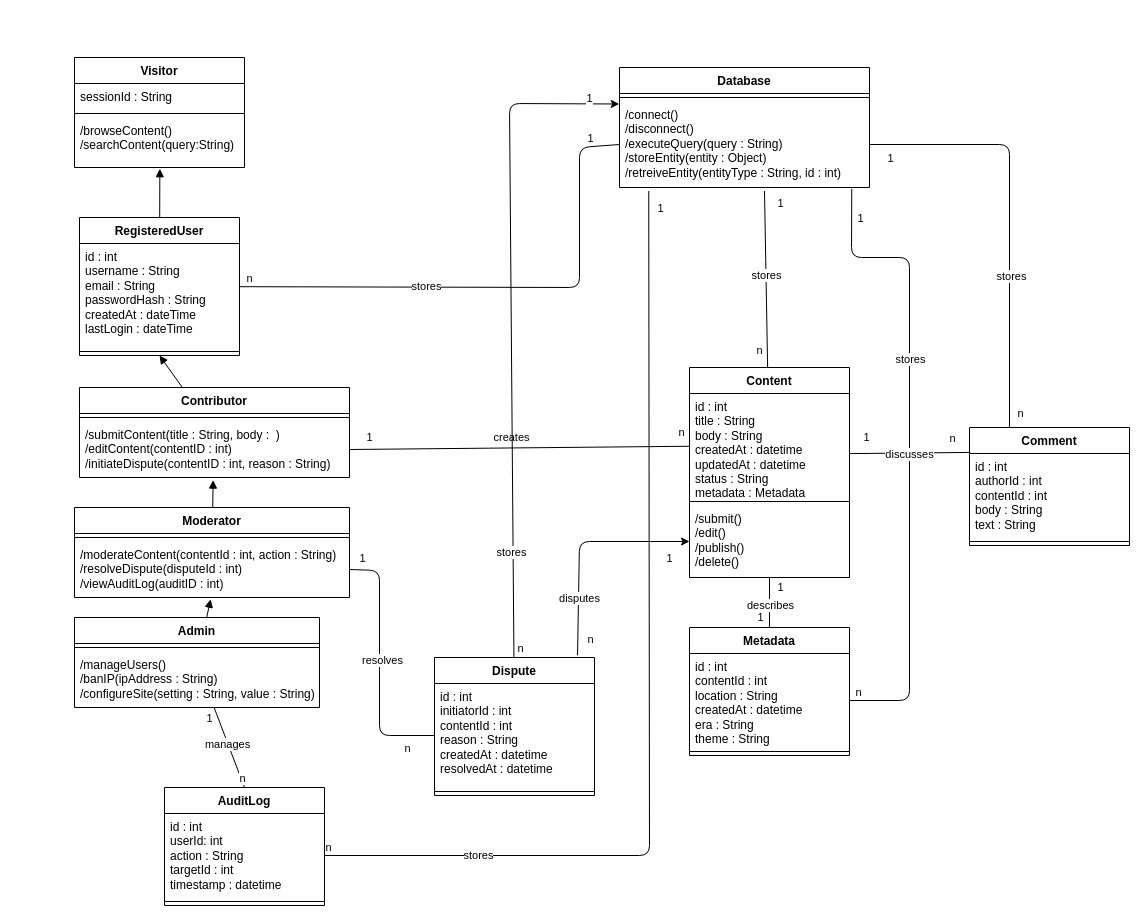
The draw.io diagram Requirements/use_case_diagrams/umlClasses.drawio in Fre-Ar/SE1, before the edit. Source tidied: cells renumbered, new cells numbered last; positions are measured from the earlier drawing's top-left corner, leaving out a move shared by most shapes. Both pictures are drawn from the tidied source at 100%, with x=0, y=0 at pixel (74, 57).
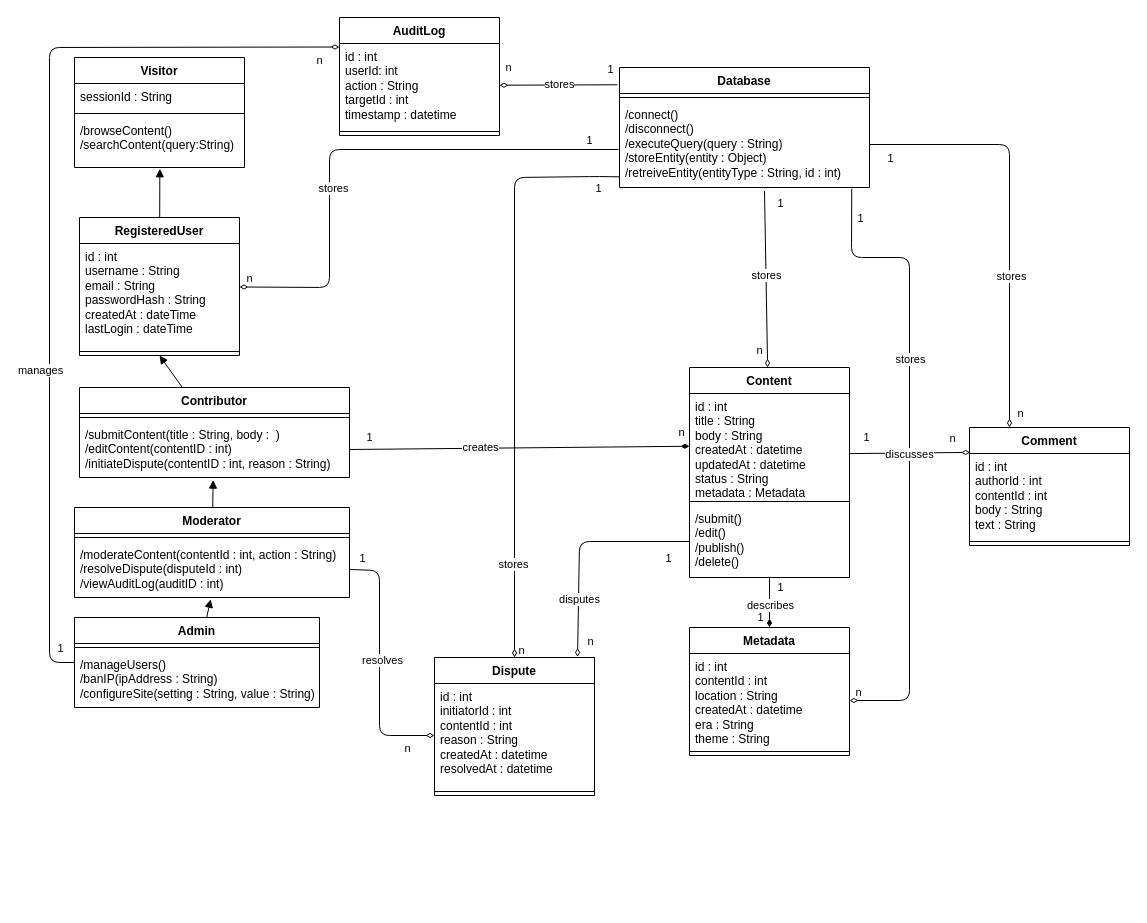
Above is the later version.

Commit message:
updated relation in class UML

Unchanged cells that the change refers to:
```xml
<mxCell id="9" value="/submitContent(title : String, body :&amp;nbsp; )&lt;div&gt;/editContent(contentID : int)&lt;/div&gt;&lt;div&gt;/initiateDispute(contentID : int, reason : String)&lt;/div&gt;" style="text;strokeColor=none;fillColor=none;align=left;verticalAlign=top;spacingLeft=4;spacingRight=4;overflow=hidden;points=[[0,0.5],[1,0.5]];portConstraint=eastwest;whiteSpace=wrap;html=1;" parent="7" vertex="1">
  <mxGeometry y="34" width="270" height="56" as="geometry" />
</mxCell>
<mxCell id="12" value="/moderateContent(contentId : int, action : String)&lt;div&gt;/resolveDispute(disputeId : int)&lt;/div&gt;&lt;div&gt;/viewAuditLog(auditID : int)&lt;/div&gt;" style="text;strokeColor=none;fillColor=none;align=left;verticalAlign=top;spacingLeft=4;spacingRight=4;overflow=hidden;points=[[0,0.5],[1,0.5]];portConstraint=eastwest;whiteSpace=wrap;html=1;" parent="10" vertex="1">
  <mxGeometry y="34" width="275" height="56" as="geometry" />
</mxCell>
<mxCell id="17" value="&lt;div&gt;Admin&lt;/div&gt;" style="swimlane;fontStyle=1;align=center;verticalAlign=top;horizontal=1;startSize=26;whiteSpace=wrap;html=1;" parent="1" vertex="1">
  <mxGeometry y="560" width="245" height="90" as="geometry" />
</mxCell>
<mxCell id="22" value="Database" style="swimlane;fontStyle=1;align=center;verticalAlign=top;horizontal=1;startSize=26;whiteSpace=wrap;html=1;" parent="1" vertex="1">
  <mxGeometry x="545" y="10" width="250" height="120" as="geometry" />
</mxCell>
<mxCell id="24" value="/connect()&lt;div&gt;/disconnect()&lt;/div&gt;&lt;div&gt;/executeQuery(query : String)&lt;/div&gt;&lt;div&gt;/storeEntity(entity : Object)&lt;/div&gt;&lt;div&gt;/retreiveEntity(entityType : String, id : int)&lt;/div&gt;" style="text;strokeColor=none;fillColor=none;align=left;verticalAlign=top;spacingLeft=4;spacingRight=4;overflow=hidden;points=[[0,0.5],[1,0.5]];portConstraint=eastwest;whiteSpace=wrap;html=1;" parent="22" vertex="1">
  <mxGeometry y="34" width="250" height="86" as="geometry" />
</mxCell>
<mxCell id="29" value="RegisteredUser" style="swimlane;fontStyle=1;align=center;verticalAlign=top;horizontal=1;startSize=26;whiteSpace=wrap;html=1;" parent="1" vertex="1">
  <mxGeometry x="5" y="160" width="160" height="138" as="geometry" />
</mxCell>
<mxCell id="33" value="id : int&lt;div&gt;userId: int&lt;/div&gt;&lt;div&gt;action : String&lt;/div&gt;&lt;div&gt;targetId : int&lt;/div&gt;&lt;div&gt;timestamp : datetime&lt;/div&gt;" style="text;strokeColor=none;fillColor=none;align=left;verticalAlign=top;spacingLeft=4;spacingRight=4;overflow=hidden;points=[[0,0.5],[1,0.5]];portConstraint=eastwest;whiteSpace=wrap;html=1;" parent="32" vertex="1">
  <mxGeometry y="26" width="160" height="84" as="geometry" />
</mxCell>
<mxCell id="44" value="Content" style="swimlane;fontStyle=1;align=center;verticalAlign=top;horizontal=1;startSize=26;whiteSpace=wrap;html=1;" parent="1" vertex="1">
  <mxGeometry x="615" y="310" width="160" height="210" as="geometry" />
</mxCell>
<mxCell id="45" value="id : int&lt;div&gt;title : String&lt;/div&gt;&lt;div&gt;body : String&lt;/div&gt;&lt;div&gt;createdAt : datetime&lt;/div&gt;&lt;div&gt;updatedAt : datetime&lt;/div&gt;&lt;div&gt;status : String&lt;/div&gt;&lt;div&gt;metadata : Metadata&lt;/div&gt;" style="text;strokeColor=none;fillColor=none;align=left;verticalAlign=top;spacingLeft=4;spacingRight=4;overflow=hidden;points=[[0,0.5],[1,0.5]];portConstraint=eastwest;whiteSpace=wrap;html=1;" parent="44" vertex="1">
  <mxGeometry y="26" width="160" height="104" as="geometry" />
</mxCell>
<mxCell id="47" value="/submit()&lt;div&gt;/edit()&lt;/div&gt;&lt;div&gt;/publish()&lt;/div&gt;&lt;div&gt;/delete()&lt;/div&gt;" style="text;strokeColor=none;fillColor=none;align=left;verticalAlign=top;spacingLeft=4;spacingRight=4;overflow=hidden;points=[[0,0.5],[1,0.5]];portConstraint=eastwest;whiteSpace=wrap;html=1;" parent="44" vertex="1">
  <mxGeometry y="138" width="160" height="72" as="geometry" />
</mxCell>
<mxCell id="56" value="Metadata" style="swimlane;fontStyle=1;align=center;verticalAlign=top;horizontal=1;startSize=26;whiteSpace=wrap;html=1;" parent="1" vertex="1">
  <mxGeometry x="615" y="570" width="160" height="128" as="geometry" />
</mxCell>
<mxCell id="57" value="id : int&lt;div&gt;contentId : int&lt;/div&gt;&lt;div&gt;location : String&lt;/div&gt;&lt;div&gt;createdAt : datetime&lt;/div&gt;&lt;div&gt;era : String&lt;/div&gt;&lt;div&gt;theme : String&lt;/div&gt;" style="text;strokeColor=none;fillColor=none;align=left;verticalAlign=top;spacingLeft=4;spacingRight=4;overflow=hidden;points=[[0,0.5],[1,0.5]];portConstraint=eastwest;whiteSpace=wrap;html=1;" parent="56" vertex="1">
  <mxGeometry y="26" width="160" height="94" as="geometry" />
</mxCell>
<mxCell id="71" value="Dispute" style="swimlane;fontStyle=1;align=center;verticalAlign=top;horizontal=1;startSize=26;whiteSpace=wrap;html=1;" parent="1" vertex="1">
  <mxGeometry x="360" y="600" width="160" height="138" as="geometry" />
</mxCell>
<mxCell id="72" value="id : int&lt;div&gt;initiatorId : int&lt;/div&gt;&lt;div&gt;contentId : int&lt;/div&gt;&lt;div&gt;reason : String&lt;/div&gt;&lt;div&gt;createdAt : datetime&lt;/div&gt;&lt;div&gt;resolvedAt : datetime&lt;/div&gt;" style="text;strokeColor=none;fillColor=none;align=left;verticalAlign=top;spacingLeft=4;spacingRight=4;overflow=hidden;points=[[0,0.5],[1,0.5]];portConstraint=eastwest;whiteSpace=wrap;html=1;" parent="71" vertex="1">
  <mxGeometry y="26" width="160" height="104" as="geometry" />
</mxCell>
<mxCell id="82" value="Comment" style="swimlane;fontStyle=1;align=center;verticalAlign=top;horizontal=1;startSize=26;whiteSpace=wrap;html=1;" parent="1" vertex="1">
  <mxGeometry x="895" y="370" width="160" height="118" as="geometry" />
</mxCell>
<mxCell id="83" value="id : int&lt;div&gt;authorId : int&lt;/div&gt;&lt;div&gt;contentId : int&lt;/div&gt;&lt;div&gt;body : String&lt;/div&gt;&lt;div&gt;text : String&lt;/div&gt;" style="text;strokeColor=none;fillColor=none;align=left;verticalAlign=top;spacingLeft=4;spacingRight=4;overflow=hidden;points=[[0,0.5],[1,0.5]];portConstraint=eastwest;whiteSpace=wrap;html=1;" parent="82" vertex="1">
  <mxGeometry y="26" width="160" height="84" as="geometry" />
</mxCell>
```

Diff of the diagram source:
```diff
@@
-    <mxCell id="13" style="edgeStyle=none;html=1;entryX=0.5;entryY=0;entryDx=0;entryDy=0;endArrow=none;endFill=0;" parent="1" edge="1" source="17" target="32">
-      <mxGeometry relative="1" as="geometry" />
+    <mxCell id="13" style="edgeStyle=none;html=1;entryX=0;entryY=0.25;entryDx=0;entryDy=0;endArrow=diamondThin;endFill=0;" parent="1" edge="1" source="17" target="32">
+      <mxGeometry relative="1" as="geometry">
+        <Array as="points">
+          <mxPoint x="-25" y="605" />
+          <mxPoint x="-25" y="-10" />
+        </Array>
+      </mxGeometry>
     </mxCell>
     <mxCell id="14" value="n" style="edgeLabel;html=1;align=center;verticalAlign=middle;" parent="13" vertex="1">
       <mxGeometry x="0.43" relative="1" as="geometry">
-        <mxPoint x="6" y="13" as="offset" />
+        <mxPoint x="245" y="13" as="offset" />
       </mxGeometry>
     </mxCell>
     <mxCell id="15" value="1" style="edgeLabel;html=1;align=center;verticalAlign=middle;" parent="13" vertex="1">
       <mxGeometry x="-0.46" y="-2" relative="1" as="geometry">
-        <mxPoint x="-11" y="-12" as="offset" />
+        <mxPoint x="8" y="211" as="offset" />
       </mxGeometry>
     </mxCell>
     <mxCell id="16" value="manages" style="edgeLabel;html=1;align=center;verticalAlign=middle;" parent="13" vertex="1">
-      <mxGeometry x="-0.09" y="-1" relative="1" as="geometry" />
+      <mxGeometry x="-0.09" y="-1" relative="1" as="geometry">
+        <mxPoint x="-11" y="105" as="offset" />
+      </mxGeometry>
     </mxCell>
@@
-    <mxCell id="25" style="edgeStyle=none;html=1;entryX=0;entryY=0.5;entryDx=0;entryDy=0;endArrow=none;endFill=0;" parent="1" edge="1" source="29" target="24">
+    <mxCell id="25" style="edgeStyle=none;html=1;entryX=-0.004;entryY=0.558;entryDx=0;entryDy=0;endArrow=none;endFill=0;startArrow=diamondThin;startFill=0;entryPerimeter=0;" parent="1" edge="1" source="29" target="24">
       <mxGeometry relative="1" as="geometry">
         <Array as="points">
-          <mxPoint x="505" y="230" />
-          <mxPoint x="505" y="90" />
+          <mxPoint x="255" y="230" />
+          <mxPoint x="255" y="92" />
         </Array>
       </mxGeometry>
     </mxCell>
@@
     <mxCell id="32" value="AuditLog" style="swimlane;fontStyle=1;align=center;verticalAlign=top;horizontal=1;startSize=26;whiteSpace=wrap;html=1;" parent="1" vertex="1">
-      <mxGeometry x="90" y="730" width="160" height="118" as="geometry" />
+      <mxGeometry x="265" y="-40" width="160" height="118" as="geometry" />
     </mxCell>
@@
-    <mxCell id="35" style="edgeStyle=none;html=1;entryX=0.117;entryY=1.041;entryDx=0;entryDy=0;entryPerimeter=0;endArrow=none;endFill=0;" parent="1" edge="1" source="33" target="24">
-      <mxGeometry relative="1" as="geometry">
-        <Array as="points">
-          <mxPoint x="575" y="798" />
-        </Array>
-      </mxGeometry>
+    <mxCell id="35" style="html=1;entryX=-0.009;entryY=0.144;entryDx=0;entryDy=0;entryPerimeter=0;endArrow=none;endFill=0;startArrow=diamondThin;startFill=0;" parent="1" edge="1" source="33" target="22">
+      <mxGeometry relative="1" as="geometry" />
     </mxCell>
     <mxCell id="36" value="n" style="edgeLabel;html=1;align=center;verticalAlign=middle;" parent="35" vertex="1">
       <mxGeometry x="-0.89" y="1" relative="1" as="geometry">
-        <mxPoint x="-51" y="-8" as="offset" />
+        <mxPoint x="3" y="-17" as="offset" />
       </mxGeometry>
     </mxCell>
     <mxCell id="37" value="1" style="edgeLabel;html=1;align=center;verticalAlign=middle;" parent="35" vertex="1">
       <mxGeometry x="0.93" y="-1" relative="1" as="geometry">
-        <mxPoint x="10" y="-17" as="offset" />
+        <mxPoint x="-4" y="-17" as="offset" />
       </mxGeometry>
     </mxCell>
     <mxCell id="38" value="stores" style="edgeLabel;html=1;align=center;verticalAlign=middle;" parent="35" vertex="1">
       <mxGeometry x="-0.49" y="1" relative="1" as="geometry">
-        <mxPoint x="-99" as="offset" />
+        <mxPoint x="30" as="offset" />
       </mxGeometry>
     </mxCell>
@@
-    <mxCell id="40" style="edgeStyle=none;html=1;entryX=0.5;entryY=0;entryDx=0;entryDy=0;endArrow=none;endFill=0;" parent="1" edge="1" source="44" target="56">
+    <mxCell id="40" style="edgeStyle=none;html=1;entryX=0.5;entryY=0;entryDx=0;entryDy=0;endArrow=diamondThin;endFill=1;" parent="1" edge="1" source="44" target="56">
       <mxGeometry relative="1" as="geometry" />
     </mxCell>
@@
-    <mxCell id="48" style="edgeStyle=none;html=1;entryX=1;entryY=0.5;entryDx=0;entryDy=0;endArrow=none;endFill=0;" parent="1" edge="1" source="45" target="9">
+    <mxCell id="48" style="edgeStyle=none;html=1;entryX=1;entryY=0.5;entryDx=0;entryDy=0;endArrow=none;endFill=0;startArrow=diamondThin;startFill=1;" parent="1" edge="1" source="45" target="9">
       <mxGeometry relative="1" as="geometry" />
     </mxCell>
@@
     <mxCell id="51" value="creates" style="edgeLabel;html=1;align=center;verticalAlign=middle;" parent="48" vertex="1">
       <mxGeometry x="0.12" relative="1" as="geometry">
-        <mxPoint x="11" y="-11" as="offset" />
+        <mxPoint x="-20" y="-1" as="offset" />
       </mxGeometry>
     </mxCell>
-    <mxCell id="52" style="edgeStyle=none;html=1;entryX=0.58;entryY=1.041;entryDx=0;entryDy=0;entryPerimeter=0;endArrow=none;endFill=0;" parent="1" edge="1" source="44" target="24">
+    <mxCell id="52" style="edgeStyle=none;html=1;entryX=0.58;entryY=1.041;entryDx=0;entryDy=0;entryPerimeter=0;endArrow=none;endFill=0;startArrow=diamondThin;startFill=0;" parent="1" edge="1" source="44" target="24">
       <mxGeometry relative="1" as="geometry" />
     </mxCell>
@@
-    <mxCell id="59" style="edgeStyle=none;html=1;entryX=0.929;entryY=1.016;entryDx=0;entryDy=0;entryPerimeter=0;exitX=1;exitY=0.5;exitDx=0;exitDy=0;endArrow=none;endFill=0;" parent="1" edge="1" source="57" target="24">
+    <mxCell id="59" style="edgeStyle=none;html=1;entryX=0.929;entryY=1.016;entryDx=0;entryDy=0;entryPerimeter=0;exitX=1;exitY=0.5;exitDx=0;exitDy=0;endArrow=none;endFill=0;startArrow=diamondThin;startFill=0;" parent="1" edge="1" source="57" target="24">
       <mxGeometry relative="1" as="geometry">
         <Array as="points">
           <mxPoint x="835" y="643" />
           <mxPoint x="835" y="200" />
           <mxPoint x="777" y="200" />
         </Array>
       </mxGeometry>
     </mxCell>
@@
-    <mxCell id="63" style="edgeStyle=none;html=1;entryX=-0.001;entryY=0.029;entryDx=0;entryDy=0;entryPerimeter=0;" parent="1" edge="1" source="71" target="24">
+    <mxCell id="63" style="edgeStyle=none;html=1;endArrow=none;endFill=0;startArrow=diamondThin;startFill=0;entryX=0.002;entryY=0.876;entryDx=0;entryDy=0;entryPerimeter=0;" parent="1" edge="1" source="71" target="24">
       <mxGeometry relative="1" as="geometry">
         <Array as="points">
-          <mxPoint x="435" y="46" />
+          <mxPoint x="440" y="120" />
+          <mxPoint x="525" y="119" />
         </Array>
       </mxGeometry>
     </mxCell>
@@
     <mxCell id="66" value="1" style="edgeLabel;html=1;align=center;verticalAlign=middle;" parent="63" vertex="1">
       <mxGeometry x="0.88" y="3" relative="1" as="geometry">
-        <mxPoint x="10" y="-3" as="offset" />
+        <mxPoint x="14" y="14" as="offset" />
       </mxGeometry>
     </mxCell>
-    <mxCell id="67" style="edgeStyle=none;html=1;entryX=0;entryY=0.5;entryDx=0;entryDy=0;exitX=0.894;exitY=-0.016;exitDx=0;exitDy=0;exitPerimeter=0;" parent="1" edge="1" source="71" target="47">
+    <mxCell id="67" style="edgeStyle=none;html=1;entryX=0;entryY=0.5;entryDx=0;entryDy=0;exitX=0.894;exitY=-0.004;exitDx=0;exitDy=0;exitPerimeter=0;endArrow=none;endFill=0;startArrow=diamondThin;startFill=0;" parent="1" edge="1" source="71" target="47">
       <mxGeometry relative="1" as="geometry">
         <Array as="points">
           <mxPoint x="505" y="484" />
         </Array>
       </mxGeometry>
     </mxCell>
@@
-    <mxCell id="74" style="edgeStyle=none;html=1;entryX=1;entryY=0.5;entryDx=0;entryDy=0;endArrow=none;endFill=0;" parent="1" edge="1" source="72" target="12">
+    <mxCell id="74" style="edgeStyle=none;html=1;entryX=1;entryY=0.5;entryDx=0;entryDy=0;endArrow=none;endFill=0;startArrow=diamondThin;startFill=0;" parent="1" edge="1" source="72" target="12">
       <mxGeometry relative="1" as="geometry">
         <Array as="points">
           <mxPoint x="305" y="678" />
           <mxPoint x="305" y="513" />
         </Array>
       </mxGeometry>
     </mxCell>
@@
-    <mxCell id="78" style="edgeStyle=none;html=1;entryX=1;entryY=0.5;entryDx=0;entryDy=0;exitX=0.25;exitY=0;exitDx=0;exitDy=0;endArrow=none;endFill=0;" parent="1" edge="1" source="82" target="24">
+    <mxCell id="78" style="edgeStyle=none;html=1;entryX=1;entryY=0.5;entryDx=0;entryDy=0;exitX=0.25;exitY=0;exitDx=0;exitDy=0;endArrow=none;endFill=0;startArrow=diamondThin;startFill=0;" parent="1" edge="1" source="82" target="24">
       <mxGeometry relative="1" as="geometry">
         <Array as="points">
           <mxPoint x="935" y="87" />
         </Array>
       </mxGeometry>
     </mxCell>
@@
-    <mxCell id="85" style="edgeStyle=none;html=1;entryX=0.004;entryY=-0.013;entryDx=0;entryDy=0;entryPerimeter=0;exitX=0.999;exitY=0.578;exitDx=0;exitDy=0;exitPerimeter=0;endArrow=none;endFill=0;" parent="1" edge="1" source="45" target="83">
+    <mxCell id="85" style="edgeStyle=none;html=1;entryX=0.004;entryY=-0.013;entryDx=0;entryDy=0;entryPerimeter=0;exitX=0.999;exitY=0.578;exitDx=0;exitDy=0;exitPerimeter=0;endArrow=diamondThin;endFill=0;" parent="1" edge="1" source="45" target="83">
       <mxGeometry relative="1" as="geometry" />
     </mxCell>
```
